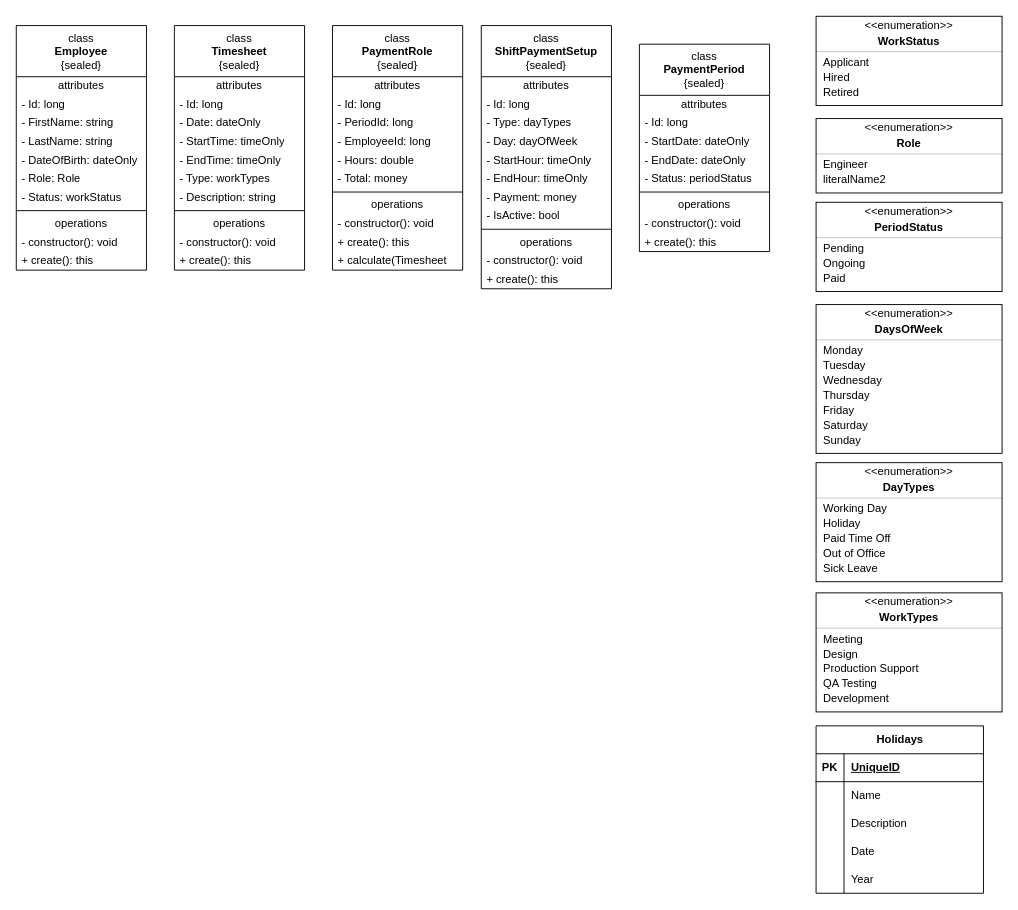
Before: docs/diagrams/PaymentRole-app.drawio in rsmacias/PaymentCalculator, a draw.io diagram. Source tidied: cells renumbered, new cells numbered last; positions are measured from the earlier drawing's top-left corner, leaving out a move shared by most shapes. Both pictures are drawn from the tidied source at 93%, with x=0, y=0 at pixel (16, 16).
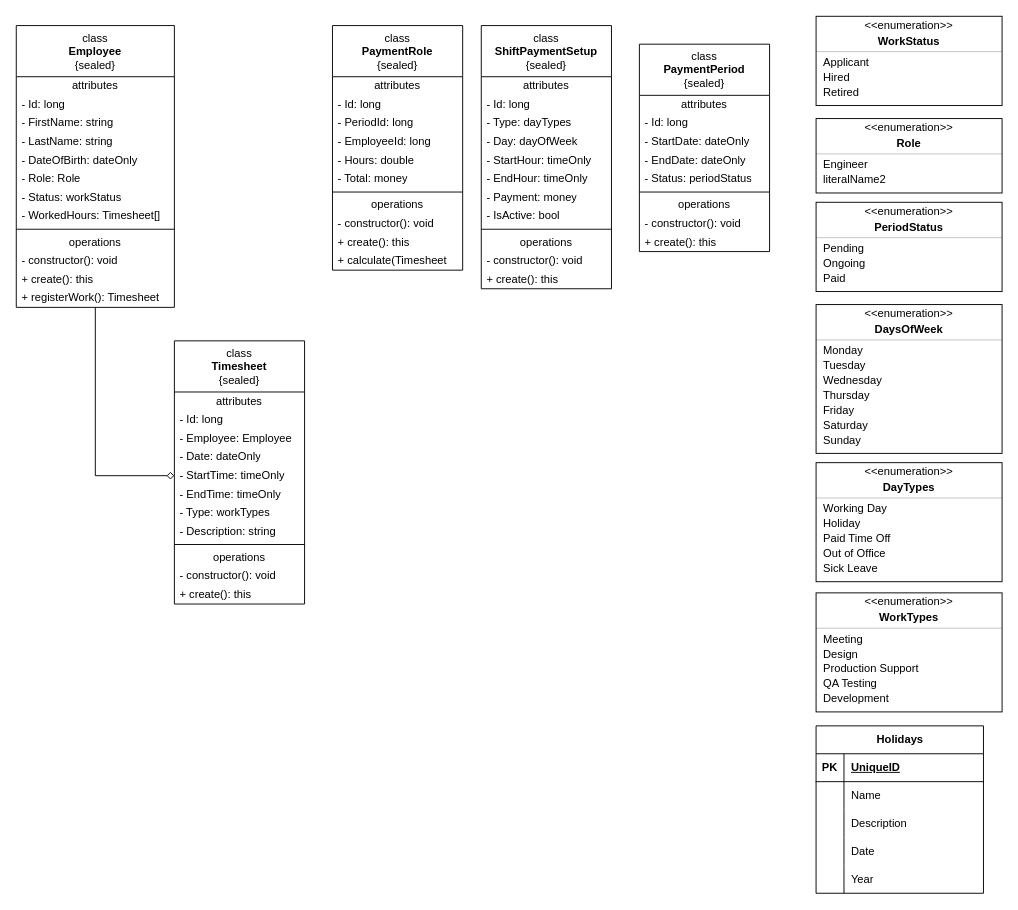
The same page after the edit.

Commit message (it also covers changes not shown here):
ref(diagram): edited the diagram v1.

Change to the diagram source:
```diff
@@
+    <mxCell id="132" style="edgeStyle=orthogonalEdgeStyle;rounded=0;jettySize=auto;html=1;entryX=0;entryY=0.5;entryDx=0;entryDy=0;endArrow=diamond;endFill=0;" parent="1" edge="1" source="2" target="18">
+      <mxGeometry relative="1" as="geometry" />
+    </mxCell>
     <mxCell id="2" value="class&lt;br&gt;&lt;b&gt;Employee&lt;/b&gt;&lt;br&gt;{sealed}" style="swimlane;fontStyle=0;align=center;verticalAlign=top;horizontal=1;startSize=55;html=1;whiteSpace=wrap;" parent="1" vertex="1">
-      <mxGeometry y="10" width="140" height="263" as="geometry" />
+      <mxGeometry y="10" width="170" height="303" as="geometry" />
     </mxCell>
     <mxCell id="3" value="attributes" style="text;html=1;strokeColor=none;fillColor=none;align=center;verticalAlign=middle;spacingLeft=4;spacingRight=4;overflow=hidden;whiteSpace=wrap;" parent="2" vertex="1">
-      <mxGeometry y="55" width="140" height="20" as="geometry" />
+      <mxGeometry y="55" width="170" height="20" as="geometry" />
     </mxCell>
     <mxCell id="4" value="- Id: long" style="text;html=1;strokeColor=none;fillColor=none;align=left;verticalAlign=middle;spacingLeft=4;spacingRight=4;overflow=hidden;whiteSpace=wrap;" parent="2" vertex="1">
-      <mxGeometry y="75" width="140" height="20" as="geometry" />
+      <mxGeometry y="75" width="170" height="20" as="geometry" />
     </mxCell>
     <mxCell id="5" value="- FirstName: string" style="text;html=1;strokeColor=none;fillColor=none;align=left;verticalAlign=middle;spacingLeft=4;spacingRight=4;overflow=hidden;whiteSpace=wrap;" parent="2" vertex="1">
-      <mxGeometry y="95" width="140" height="20" as="geometry" />
+      <mxGeometry y="95" width="170" height="20" as="geometry" />
     </mxCell>
     <mxCell id="6" value="- LastName: string" style="text;html=1;strokeColor=none;fillColor=none;align=left;verticalAlign=middle;spacingLeft=4;spacingRight=4;overflow=hidden;whiteSpace=wrap;" parent="2" vertex="1">
-      <mxGeometry y="115" width="140" height="20" as="geometry" />
+      <mxGeometry y="115" width="170" height="20" as="geometry" />
     </mxCell>
     <mxCell id="7" value="- DateOfBirth: dateOnly" style="text;html=1;strokeColor=none;fillColor=none;align=left;verticalAlign=middle;spacingLeft=4;spacingRight=4;overflow=hidden;whiteSpace=wrap;" parent="2" vertex="1">
-      <mxGeometry y="135" width="140" height="20" as="geometry" />
+      <mxGeometry y="135" width="170" height="20" as="geometry" />
     </mxCell>
     <mxCell id="8" value="- Role: Role" style="text;html=1;strokeColor=none;fillColor=none;align=left;verticalAlign=middle;spacingLeft=4;spacingRight=4;overflow=hidden;whiteSpace=wrap;" parent="2" vertex="1">
-      <mxGeometry y="155" width="140" height="20" as="geometry" />
+      <mxGeometry y="155" width="170" height="20" as="geometry" />
     </mxCell>
     <mxCell id="9" value="- Status: workStatus" style="text;html=1;strokeColor=none;fillColor=none;align=left;verticalAlign=middle;spacingLeft=4;spacingRight=4;overflow=hidden;whiteSpace=wrap;" parent="2" vertex="1">
-      <mxGeometry y="175" width="140" height="20" as="geometry" />
+      <mxGeometry y="175" width="170" height="20" as="geometry" />
     </mxCell>
+    <mxCell id="133" value="- WorkedHours: Timesheet[]" style="text;html=1;strokeColor=none;fillColor=none;align=left;verticalAlign=middle;spacingLeft=4;spacingRight=4;overflow=hidden;whiteSpace=wrap;" parent="2" vertex="1">
+      <mxGeometry y="195" width="170" height="20" as="geometry" />
+    </mxCell>
     <mxCell id="10" style="line;strokeWidth=1;fillColor=none;align=left;verticalAlign=middle;spacingTop=-1;spacingLeft=3;spacingRight=3;labelPosition=right;" parent="2" vertex="1">
-      <mxGeometry y="195" width="140" height="8" as="geometry" />
+      <mxGeometry y="215" width="170" height="8" as="geometry" />
     </mxCell>
     <mxCell id="11" value="operations" style="text;html=1;strokeColor=none;fillColor=none;align=center;verticalAlign=middle;spacingLeft=4;spacingRight=4;overflow=hidden;whiteSpace=wrap;" parent="2" vertex="1">
-      <mxGeometry y="203" width="140" height="20" as="geometry" />
+      <mxGeometry y="223" width="170" height="20" as="geometry" />
     </mxCell>
     <mxCell id="12" value="- constructor(): void" style="text;html=1;strokeColor=none;fillColor=none;align=left;verticalAlign=middle;spacingLeft=4;spacingRight=4;overflow=hidden;whiteSpace=wrap;" parent="2" vertex="1">
-      <mxGeometry y="223" width="140" height="20" as="geometry" />
+      <mxGeometry y="243" width="170" height="20" as="geometry" />
     </mxCell>
     <mxCell id="13" value="+ create(): this" style="text;html=1;strokeColor=none;fillColor=none;align=left;verticalAlign=middle;spacingLeft=4;spacingRight=4;overflow=hidden;whiteSpace=wrap;" parent="2" vertex="1">
-      <mxGeometry y="243" width="140" height="20" as="geometry" />
+      <mxGeometry y="263" width="170" height="20" as="geometry" />
     </mxCell>
+    <mxCell id="134" value="+ registerWork(): Timesheet" style="text;html=1;strokeColor=none;fillColor=none;align=left;verticalAlign=middle;spacingLeft=4;spacingRight=4;overflow=hidden;whiteSpace=wrap;" parent="2" vertex="1">
+      <mxGeometry y="283" width="170" height="20" as="geometry" />
+    </mxCell>
     <mxCell id="14" value="class&lt;br&gt;&lt;b&gt;Timesheet&lt;/b&gt;&lt;br&gt;{sealed}" style="swimlane;fontStyle=0;align=center;verticalAlign=top;horizontal=1;startSize=55;html=1;whiteSpace=wrap;" parent="1" vertex="1">
-      <mxGeometry x="170" y="10" width="140" height="263" as="geometry" />
+      <mxGeometry x="170" y="349" width="140" height="283" as="geometry" />
     </mxCell>
@@
+    <mxCell id="135" value="- Employee: Employee" style="text;html=1;strokeColor=none;fillColor=none;align=left;verticalAlign=middle;spacingLeft=4;spacingRight=4;overflow=hidden;whiteSpace=wrap;" parent="14" vertex="1">
+      <mxGeometry y="95" width="140" height="20" as="geometry" />
+    </mxCell>
     <mxCell id="17" value="- Date: dateOnly" style="text;html=1;strokeColor=none;fillColor=none;align=left;verticalAlign=middle;spacingLeft=4;spacingRight=4;overflow=hidden;whiteSpace=wrap;" parent="14" vertex="1">
-      <mxGeometry y="95" width="140" height="20" as="geometry" />
+      <mxGeometry y="115" width="140" height="20" as="geometry" />
     </mxCell>
     <mxCell id="18" value="- StartTime: timeOnly" style="text;html=1;strokeColor=none;fillColor=none;align=left;verticalAlign=middle;spacingLeft=4;spacingRight=4;overflow=hidden;points=[[0,0.5],[1,0.5]];portConstraint=eastwest;whiteSpace=wrap;" parent="14" vertex="1">
-      <mxGeometry y="115" width="140" height="20" as="geometry" />
+      <mxGeometry y="135" width="140" height="20" as="geometry" />
     </mxCell>
     <mxCell id="19" value="- EndTime: timeOnly" style="text;html=1;strokeColor=none;fillColor=none;align=left;verticalAlign=middle;spacingLeft=4;spacingRight=4;overflow=hidden;whiteSpace=wrap;" parent="14" vertex="1">
-      <mxGeometry y="135" width="140" height="20" as="geometry" />
+      <mxGeometry y="155" width="140" height="20" as="geometry" />
     </mxCell>
     <mxCell id="20" value="- Type: workTypes" style="text;html=1;strokeColor=none;fillColor=none;align=left;verticalAlign=middle;spacingLeft=4;spacingRight=4;overflow=hidden;whiteSpace=wrap;" parent="14" vertex="1">
-      <mxGeometry y="155" width="140" height="20" as="geometry" />
+      <mxGeometry y="175" width="140" height="20" as="geometry" />
     </mxCell>
     <mxCell id="21" value="- Description: string" style="text;html=1;strokeColor=none;fillColor=none;align=left;verticalAlign=middle;spacingLeft=4;spacingRight=4;overflow=hidden;whiteSpace=wrap;" parent="14" vertex="1">
-      <mxGeometry y="175" width="140" height="20" as="geometry" />
+      <mxGeometry y="195" width="140" height="20" as="geometry" />
     </mxCell>
     <mxCell id="22" style="line;strokeWidth=1;fillColor=none;align=left;verticalAlign=middle;spacingTop=-1;spacingLeft=3;spacingRight=3;labelPosition=right;" parent="14" vertex="1">
-      <mxGeometry y="195" width="140" height="8" as="geometry" />
+      <mxGeometry y="215" width="140" height="8" as="geometry" />
     </mxCell>
     <mxCell id="23" value="operations" style="text;html=1;strokeColor=none;fillColor=none;align=center;verticalAlign=middle;spacingLeft=4;spacingRight=4;overflow=hidden;whiteSpace=wrap;" parent="14" vertex="1">
-      <mxGeometry y="203" width="140" height="20" as="geometry" />
+      <mxGeometry y="223" width="140" height="20" as="geometry" />
     </mxCell>
     <mxCell id="24" value="- constructor(): void" style="text;html=1;strokeColor=none;fillColor=none;align=left;verticalAlign=middle;spacingLeft=4;spacingRight=4;overflow=hidden;whiteSpace=wrap;" parent="14" vertex="1">
-      <mxGeometry y="223" width="140" height="20" as="geometry" />
+      <mxGeometry y="243" width="140" height="20" as="geometry" />
     </mxCell>
     <mxCell id="25" value="+ create(): this" style="text;html=1;strokeColor=none;fillColor=none;align=left;verticalAlign=middle;spacingLeft=4;spacingRight=4;overflow=hidden;whiteSpace=wrap;" parent="14" vertex="1">
-      <mxGeometry y="243" width="140" height="20" as="geometry" />
+      <mxGeometry y="263" width="140" height="20" as="geometry" />
     </mxCell>
```
